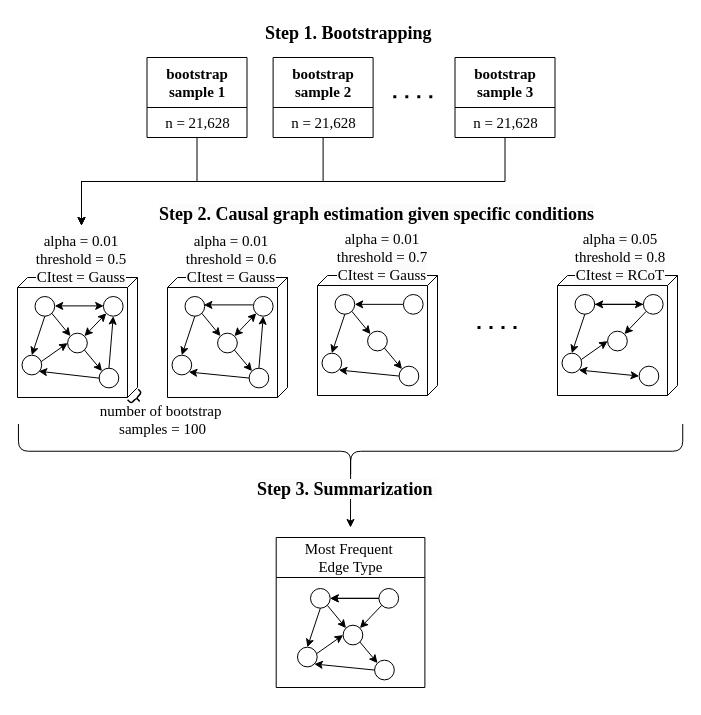
KyuriP/Precarity_HELIUS keeps this draw.io diagram as draft_v1/img/simsetup.drawio. Above is the earlier version. Source tidied: cells renumbered, new cells numbered last; positions are measured from the earlier drawing's top-left corner, leaving out a move shared by most shapes. Both pictures are drawn from the tidied source at 100%, with x=0, y=0 at pixel (17, 17).
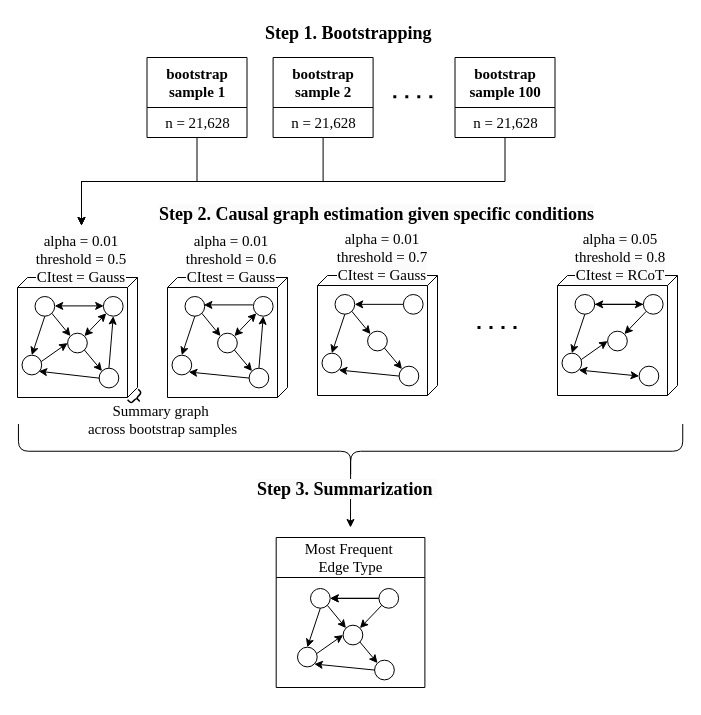
The same diagram, later.

Diff of the diagram source:
```diff
@@
-    <mxCell id="19" value="&lt;font style=&quot;font-size: 15px;&quot; face=&quot;Times New Roman&quot;&gt;number of bootstrap&amp;nbsp;&lt;/font&gt;&lt;div&gt;&lt;font style=&quot;font-size: 15px;&quot; face=&quot;Times New Roman&quot;&gt;samples = 100&lt;/font&gt;&lt;/div&gt;" style="text;html=1;align=center;verticalAlign=middle;strokeColor=none;fillColor=none;" parent="1" vertex="1">
-      <mxGeometry x="69.8" y="377" width="150" height="50" as="geometry" />
+    <mxCell id="19" value="&lt;font face=&quot;Times New Roman&quot;&gt;&lt;span style=&quot;font-size: 15px;&quot;&gt;Summary graph&amp;nbsp;&lt;/span&gt;&lt;/font&gt;&lt;div&gt;&lt;font face=&quot;Times New Roman&quot;&gt;&lt;span style=&quot;font-size: 15px;&quot;&gt;across bootstrap samples&lt;/span&gt;&lt;/font&gt;&lt;/div&gt;" style="text;html=1;align=center;verticalAlign=middle;strokeColor=none;fillColor=none;" parent="1" vertex="1">
+      <mxGeometry x="59.8" y="377" width="170" height="50" as="geometry" />
     </mxCell>
@@
-    <mxCell id="86" value="&lt;font style=&quot;font-size: 15px;&quot; face=&quot;Times New Roman&quot;&gt;bootstrap sample 3&lt;/font&gt;" style="swimlane;whiteSpace=wrap;html=1;startSize=50;" parent="1" vertex="1">
+    <mxCell id="86" value="&lt;font style=&quot;font-size: 15px;&quot; face=&quot;Times New Roman&quot;&gt;bootstrap sample 100&lt;/font&gt;" style="swimlane;whiteSpace=wrap;html=1;startSize=50;" parent="1" vertex="1">
       <mxGeometry x="437.5" y="40" width="100" height="80" as="geometry" />
     </mxCell>
```
